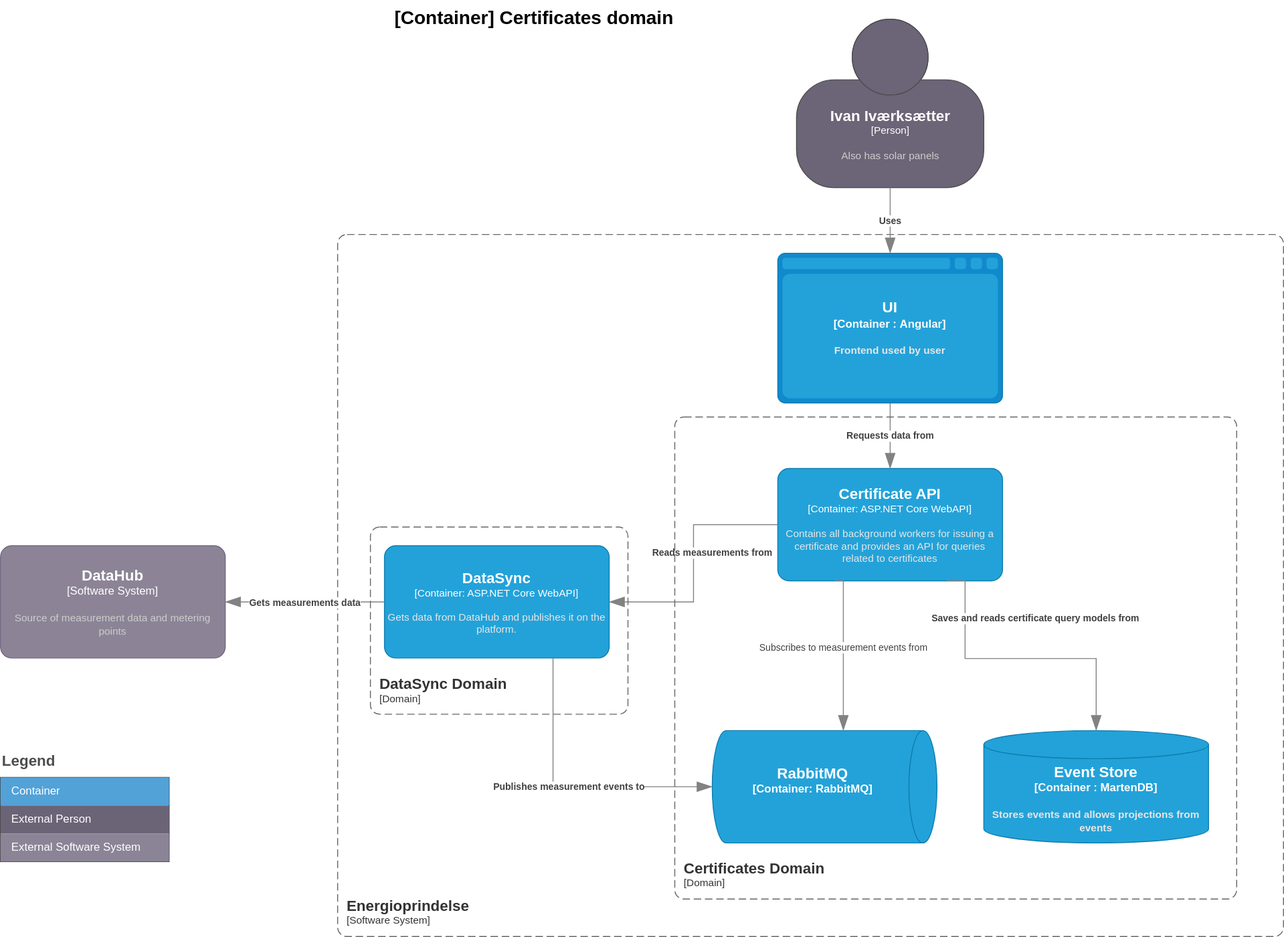
Earlier version of the draw.io export doc/architecture/diagrams/certificates.current.container.drawio.svg (Energinet-DataHub/energy-origin). Source tidied: cells renumbered, new cells last; positions are measured from the earlier drawing's top-left corner, leaving out a move shared by most shapes.
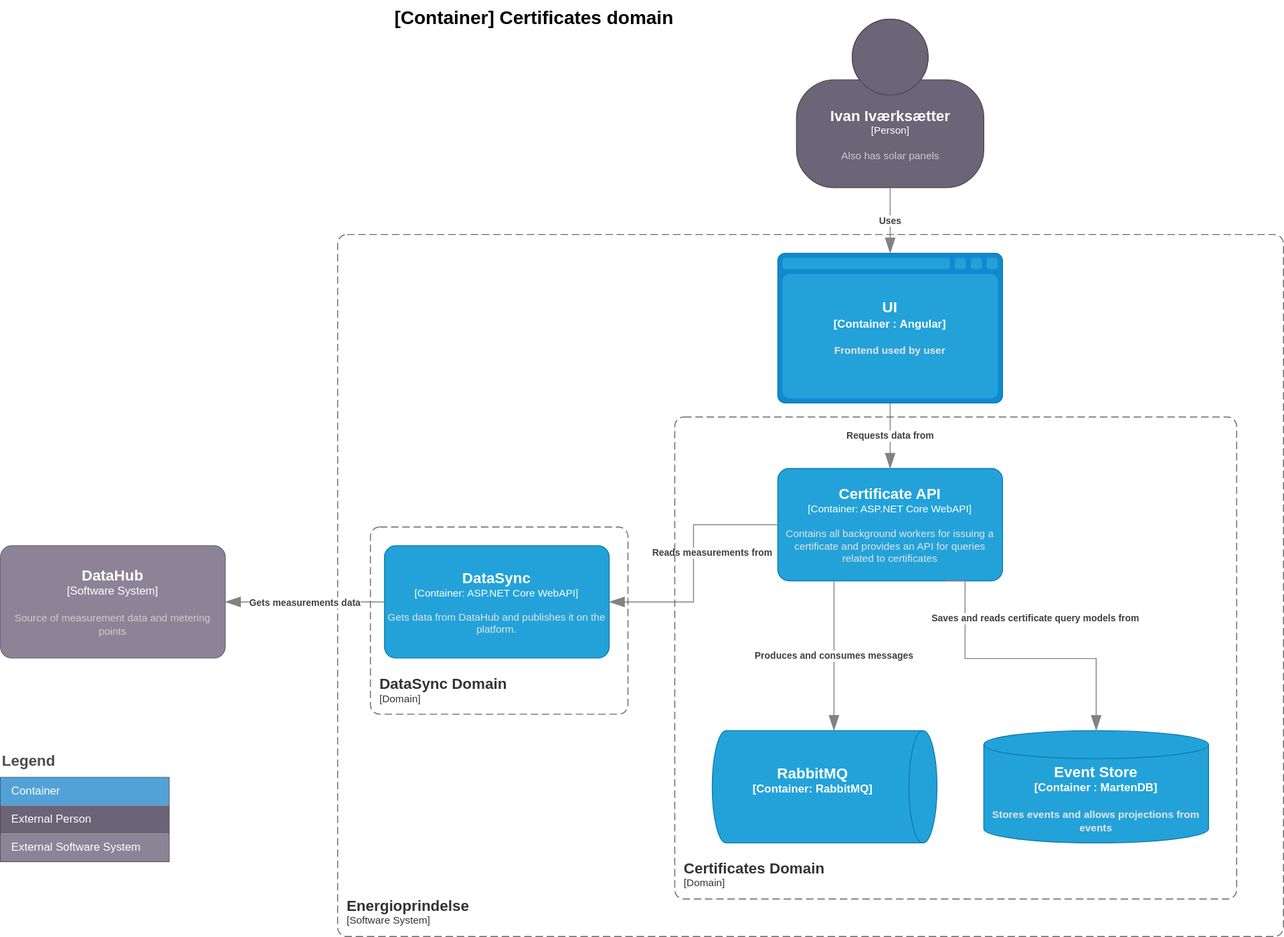
After the change.

The edit, as a diff of the source:
```diff
@@ -104,21 +104,11 @@
         <mxGeometry x="760" y="780" width="240" height="120" as="geometry" />
       </mxCell>
     </object>
-    <object id="23" label="Subscribes to measurement events from" c4Description="e.g. Visits pages" c4Type="Relationship" placeholders="1">
-      <mxCell style="endArrow=blockThin;html=1;fontSize=10;fontColor=#404040;strokeWidth=1;endFill=1;strokeColor=#828282;elbow=vertical;endSize=14;startSize=14;jumpStyle=arc;jumpSize=16;rounded=0;edgeStyle=orthogonalEdgeStyle;fontStyle=0;" parent="1" edge="1">
-        <mxGeometry relative="1" as="geometry">
-          <mxPoint x="900" y="620" as="sourcePoint" />
-          <mxPoint x="900" y="780" as="targetPoint" />
-          <Array as="points">
-            <mxPoint x="891" y="620" />
-            <mxPoint x="900" y="620" />
-          </Array>
-        </mxGeometry>
-      </mxCell>
-    </object>
-    <object id="24" label="&lt;div style=&quot;text-align: left&quot;&gt;&lt;div style=&quot;text-align: center&quot;&gt;&lt;b&gt;%c4Description%&lt;/b&gt;&lt;/div&gt;" c4Description="Publishes measurement events to" c4Type="Relationship" placeholders="1">
-      <mxCell style="endArrow=blockThin;html=1;fontSize=10;fontColor=#404040;strokeWidth=1;endFill=1;strokeColor=#828282;elbow=vertical;endSize=14;startSize=14;jumpStyle=arc;jumpSize=16;rounded=0;edgeStyle=orthogonalEdgeStyle;exitX=0.75;exitY=1;exitDx=0;exitDy=0;exitPerimeter=0;entryX=0.5;entryY=1;entryDx=0;entryDy=0;entryPerimeter=0;" parent="1" edge="1" source="12" target="22">
-        <mxGeometry relative="1" as="geometry" />
+    <object id="24" label="&lt;div style=&quot;text-align: left&quot;&gt;&lt;div style=&quot;text-align: center&quot;&gt;&lt;b&gt;%c4Description%&lt;/b&gt;&lt;/div&gt;" c4Description="Produces and consumes messages " c4Type="Relationship" placeholders="1">
+      <mxCell style="endArrow=blockThin;html=1;fontSize=10;fontColor=#404040;strokeWidth=1;endFill=1;strokeColor=#828282;elbow=vertical;endSize=14;startSize=14;jumpStyle=arc;jumpSize=16;rounded=0;edgeStyle=orthogonalEdgeStyle;exitX=0.25;exitY=1;exitDx=0;exitDy=0;exitPerimeter=0;" parent="1" edge="1" source="3">
+        <mxGeometry relative="1" as="geometry">
+          <mxPoint x="890" y="780" as="targetPoint" />
+        </mxGeometry>
       </mxCell>
     </object>
   </root>
```
